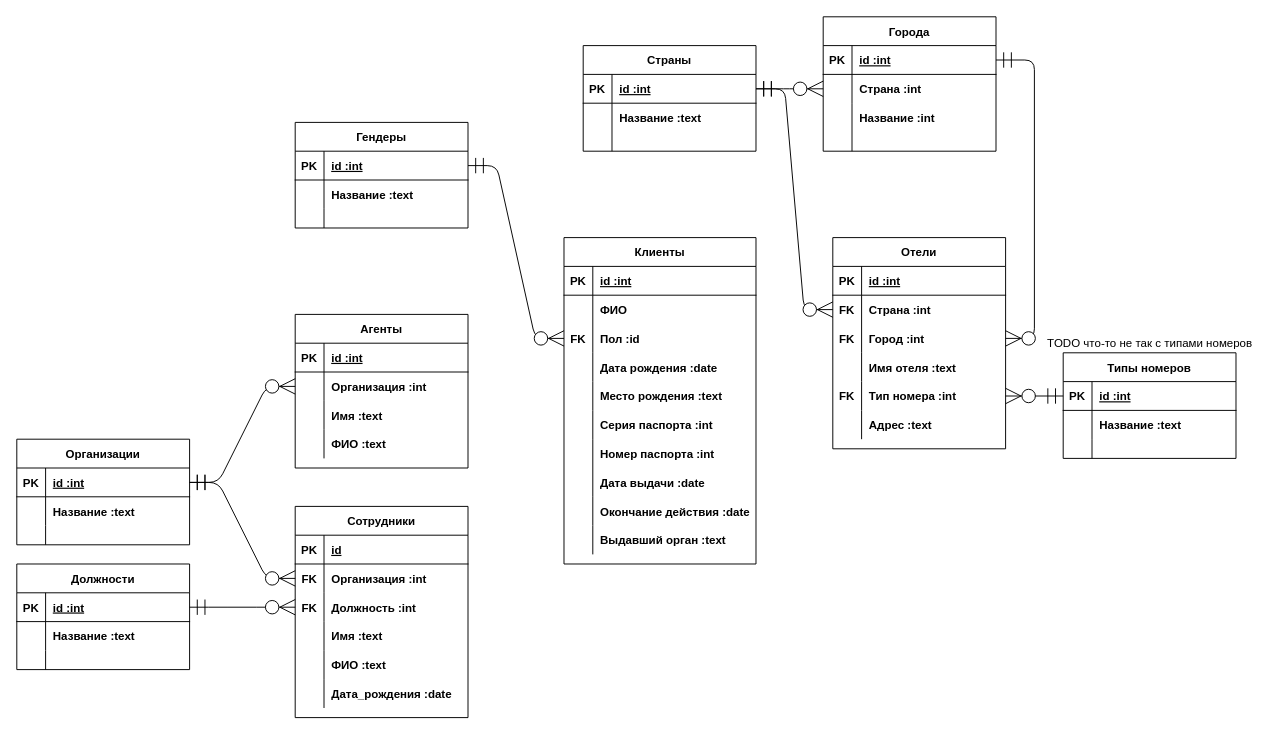
The draw.io diagram diagrams/Untitled Diagram.drawio in demicuz/diagrams, before the edit. Source tidied: cells renumbered, new cells numbered last; positions are measured from the earlier drawing's top-left corner, leaving out a move shared by most shapes. Both pictures are drawn from the tidied source at 96%, with x=0, y=0 at pixel (16, 16).
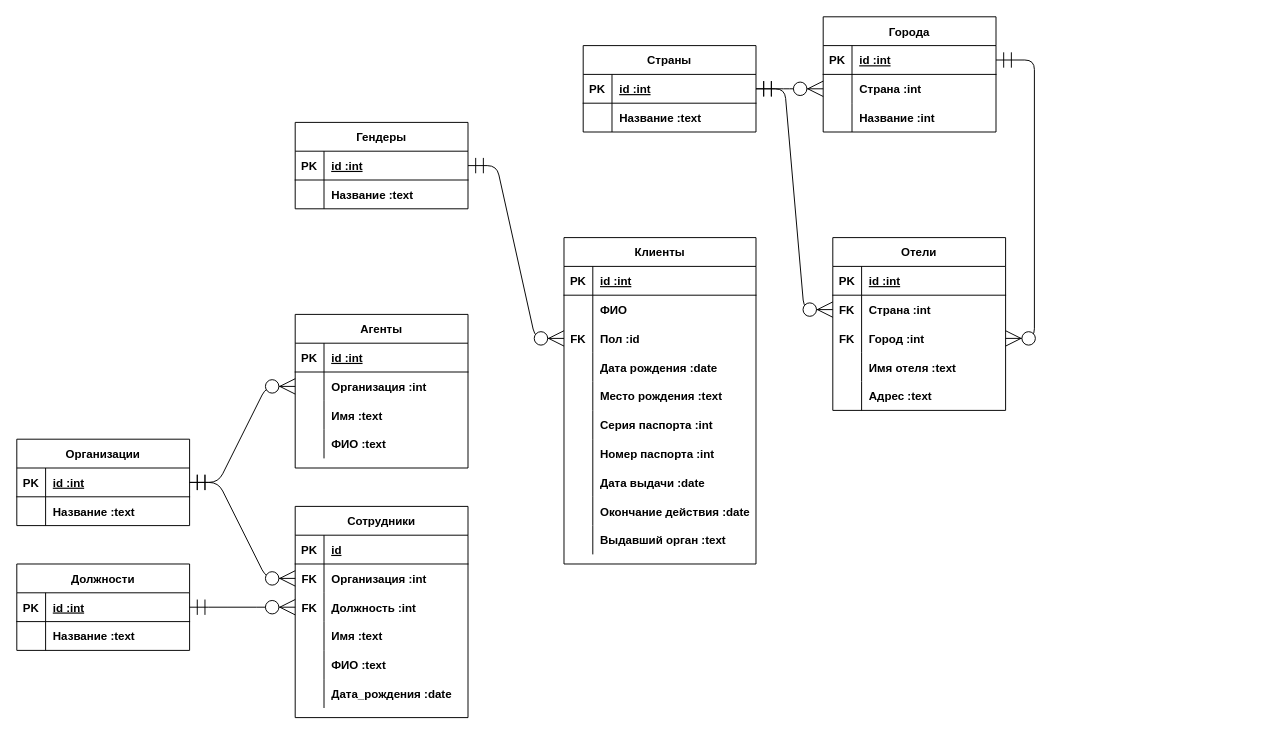
The same diagram, later.

The change refers to these unchanged cells:
```xml
<mxCell id="112" style="shape=partialRectangle;fillColor=none;top=0;left=0;bottom=0;right=0;points=[[0,0.5],[1,0.5]];portConstraint=eastwest;" parent="99" vertex="1">
  <mxGeometry y="150" width="180" height="30" as="geometry" />
</mxCell>
```

The edit, as a diff of the source:
```diff
@@
     <mxCell id="34" value="Должности" style="shape=table;startSize=30;childLayout=tableLayout;rowLines=0;fontStyle=1;align=center;hachureGap=4;" parent="1" vertex="1">
-      <mxGeometry y="570" width="180" height="110" as="geometry" />
+      <mxGeometry y="570" width="180" height="90" as="geometry" />
     </mxCell>
@@
     <mxCell id="41" style="shape=partialRectangle;fillColor=none;top=0;left=0;bottom=0;right=0;" parent="34" vertex="1">
-      <mxGeometry y="90" width="180" height="20" as="geometry" />
+      <mxGeometry y="90" width="180" as="geometry" />
     </mxCell>
     <mxCell id="42" style="shape=partialRectangle;fillColor=none;top=0;left=0;bottom=0;right=0;overflow=hidden;" parent="41" vertex="1">
-      <mxGeometry width="30" height="20" as="geometry" />
+      <mxGeometry width="30" as="geometry" />
     </mxCell>
     <mxCell id="43" style="shape=partialRectangle;fillColor=none;top=0;left=0;bottom=0;right=0;align=left;spacingLeft=6;overflow=hidden;" parent="41" vertex="1">
-      <mxGeometry x="30" width="150" height="20" as="geometry" />
+      <mxGeometry x="30" width="150" as="geometry" />
     </mxCell>
@@
     <mxCell id="45" value="Организации" style="shape=table;startSize=30;childLayout=tableLayout;rowLines=0;fontStyle=1;align=center;hachureGap=4;" parent="1" vertex="1">
-      <mxGeometry y="440" width="180" height="110" as="geometry" />
+      <mxGeometry y="440" width="180" height="90" as="geometry" />
     </mxCell>
@@
     <mxCell id="52" style="shape=partialRectangle;fillColor=none;top=0;left=0;bottom=0;right=0;" parent="45" vertex="1">
-      <mxGeometry y="90" width="180" height="20" as="geometry" />
+      <mxGeometry y="90" width="180" as="geometry" />
     </mxCell>
     <mxCell id="53" style="shape=partialRectangle;fillColor=none;top=0;left=0;bottom=0;right=0;overflow=hidden;" parent="52" vertex="1">
-      <mxGeometry width="30" height="20" as="geometry" />
+      <mxGeometry width="30" as="geometry" />
     </mxCell>
     <mxCell id="54" style="shape=partialRectangle;fillColor=none;top=0;left=0;bottom=0;right=0;align=left;spacingLeft=6;overflow=hidden;" parent="52" vertex="1">
-      <mxGeometry x="30" width="150" height="20" as="geometry" />
+      <mxGeometry x="30" width="150" as="geometry" />
     </mxCell>
@@
     <mxCell id="88" value="Гендеры" style="shape=table;startSize=30;childLayout=tableLayout;rowLines=0;fontStyle=1;align=center;hachureGap=4;" parent="1" vertex="1">
-      <mxGeometry x="290" y="110" width="180" height="110" as="geometry" />
+      <mxGeometry x="290" y="110" width="180" height="90" as="geometry" />
     </mxCell>
@@
     <mxCell id="95" style="shape=partialRectangle;fillColor=none;top=0;left=0;bottom=0;right=0;" parent="88" vertex="1">
-      <mxGeometry y="90" width="180" height="20" as="geometry" />
+      <mxGeometry y="90" width="180" as="geometry" />
     </mxCell>
     <mxCell id="96" style="shape=partialRectangle;fillColor=none;top=0;left=0;bottom=0;right=0;overflow=hidden;" parent="95" vertex="1">
-      <mxGeometry width="30" height="20" as="geometry" />
+      <mxGeometry width="30" as="geometry" />
     </mxCell>
     <mxCell id="97" style="shape=partialRectangle;fillColor=none;top=0;left=0;bottom=0;right=0;align=left;spacingLeft=6;overflow=hidden;" parent="95" vertex="1">
-      <mxGeometry x="30" width="150" height="20" as="geometry" />
+      <mxGeometry x="30" width="150" as="geometry" />
     </mxCell>
@@
     <mxCell id="99" value="Отели" style="shape=table;startSize=30;childLayout=tableLayout;rowLines=0;fontStyle=1;align=center;hachureGap=4;" parent="1" vertex="1">
-      <mxGeometry x="850" y="230" width="180" height="220" as="geometry" />
+      <mxGeometry x="850" y="230" width="180" height="180" as="geometry" />
     </mxCell>
@@
-    <mxCell id="113" value="FK" style="shape=partialRectangle;fillColor=none;top=0;left=0;bottom=0;right=0;overflow=hidden;fontStyle=1;" parent="112" vertex="1">
+    <mxCell id="113" style="shape=partialRectangle;fillColor=none;top=0;left=0;bottom=0;right=0;overflow=hidden;fontStyle=1;" parent="112" vertex="1">
       <mxGeometry width="30" height="30" as="geometry" />
     </mxCell>
-    <mxCell id="114" value="Тип номера :int" style="shape=partialRectangle;fillColor=none;top=0;left=0;bottom=0;right=0;align=left;spacingLeft=6;overflow=hidden;fontStyle=1;" parent="112" vertex="1">
+    <mxCell id="114" value="Адрес :text" style="shape=partialRectangle;fillColor=none;top=0;left=0;bottom=0;right=0;align=left;spacingLeft=6;overflow=hidden;fontStyle=1;" parent="112" vertex="1">
       <mxGeometry x="30" width="150" height="30" as="geometry" />
     </mxCell>
+    <mxCell id="156" style="shape=partialRectangle;fillColor=none;top=0;left=0;bottom=0;right=0;" parent="99" vertex="1">
+      <mxGeometry y="180" width="180" as="geometry" />
+    </mxCell>
+    <mxCell id="157" style="shape=partialRectangle;fillColor=none;top=0;left=0;bottom=0;right=0;overflow=hidden;" parent="156" vertex="1">
+      <mxGeometry width="30" as="geometry" />
+    </mxCell>
+    <mxCell id="158" style="shape=partialRectangle;fillColor=none;top=0;left=0;bottom=0;right=0;align=left;spacingLeft=6;overflow=hidden;fontStyle=1;" parent="156" vertex="1">
+      <mxGeometry x="30" width="150" as="geometry" />
+    </mxCell>
     <mxCell id="115" style="shape=partialRectangle;fillColor=none;top=0;left=0;bottom=0;right=0;" parent="99" vertex="1">
-      <mxGeometry y="180" width="180" height="30" as="geometry" />
+      <mxGeometry y="180" width="180" as="geometry" />
     </mxCell>
     <mxCell id="116" style="shape=partialRectangle;fillColor=none;top=0;left=0;bottom=0;right=0;overflow=hidden;" parent="115" vertex="1">
-      <mxGeometry width="30" height="30" as="geometry" />
+      <mxGeometry width="30" as="geometry" />
     </mxCell>
-    <mxCell id="117" value="Адрес :text" style="shape=partialRectangle;fillColor=none;top=0;left=0;bottom=0;right=0;align=left;spacingLeft=6;overflow=hidden;fontStyle=1;" parent="115" vertex="1">
-      <mxGeometry x="30" width="150" height="30" as="geometry" />
+    <mxCell id="117" style="shape=partialRectangle;fillColor=none;top=0;left=0;bottom=0;right=0;align=left;spacingLeft=6;overflow=hidden;fontStyle=1;" parent="115" vertex="1">
+      <mxGeometry x="30" width="150" as="geometry" />
     </mxCell>
     <mxCell id="118" value="Страны" style="shape=table;startSize=30;childLayout=tableLayout;rowLines=0;fontStyle=1;align=center;hachureGap=4;" parent="1" vertex="1">
-      <mxGeometry x="590" y="30" width="180" height="110" as="geometry" />
+      <mxGeometry x="590" y="30" width="180" height="90" as="geometry" />
     </mxCell>
@@
     <mxCell id="125" style="shape=partialRectangle;fillColor=none;top=0;left=0;bottom=0;right=0;" parent="118" vertex="1">
-      <mxGeometry y="90" width="180" height="20" as="geometry" />
+      <mxGeometry y="90" width="180" as="geometry" />
     </mxCell>
     <mxCell id="126" style="shape=partialRectangle;fillColor=none;top=0;left=0;bottom=0;right=0;overflow=hidden;" parent="125" vertex="1">
-      <mxGeometry width="30" height="20" as="geometry" />
+      <mxGeometry width="30" as="geometry" />
     </mxCell>
     <mxCell id="127" style="shape=partialRectangle;fillColor=none;top=0;left=0;bottom=0;right=0;align=left;spacingLeft=6;overflow=hidden;" parent="125" vertex="1">
-      <mxGeometry x="30" width="150" height="20" as="geometry" />
+      <mxGeometry x="30" width="150" as="geometry" />
     </mxCell>
     <mxCell id="128" value="Города" style="shape=table;startSize=30;childLayout=tableLayout;rowLines=0;fontStyle=1;align=center;hachureGap=4;" parent="1" vertex="1">
-      <mxGeometry x="840" width="180" height="140" as="geometry" />
+      <mxGeometry x="840" width="180" height="120" as="geometry" />
     </mxCell>
@@
     <mxCell id="138" style="shape=partialRectangle;fillColor=none;top=0;left=0;bottom=0;right=0;" parent="128" vertex="1">
-      <mxGeometry y="120" width="180" height="20" as="geometry" />
+      <mxGeometry y="120" width="180" as="geometry" />
     </mxCell>
     <mxCell id="139" style="shape=partialRectangle;fillColor=none;top=0;left=0;bottom=0;right=0;overflow=hidden;" parent="138" vertex="1">
-      <mxGeometry width="30" height="20" as="geometry" />
+      <mxGeometry width="30" as="geometry" />
     </mxCell>
     <mxCell id="140" style="shape=partialRectangle;fillColor=none;top=0;left=0;bottom=0;right=0;align=left;spacingLeft=6;overflow=hidden;" parent="138" vertex="1">
-      <mxGeometry x="30" width="150" height="20" as="geometry" />
+      <mxGeometry x="30" width="150" as="geometry" />
     </mxCell>
@@
-    <mxCell id="144" value="Типы номеров" style="shape=table;startSize=30;childLayout=tableLayout;rowLines=0;fontStyle=1;align=center;hachureGap=4;" parent="1" vertex="1">
-      <mxGeometry x="1090" y="350" width="180" height="110" as="geometry" />
-    </mxCell>
-    <mxCell id="145" style="shape=partialRectangle;fillColor=none;top=0;left=0;bottom=1;right=0;points=[[0,0.5],[1,0.5]];portConstraint=eastwest;" parent="144" vertex="1">
-      <mxGeometry y="30" width="180" height="30" as="geometry" />
-    </mxCell>
-    <mxCell id="146" value="PK" style="shape=partialRectangle;fillColor=none;top=0;left=0;bottom=0;right=0;fontStyle=1;overflow=hidden;" parent="145" vertex="1">
-      <mxGeometry width="30" height="30" as="geometry" />
-    </mxCell>
-    <mxCell id="147" value="id :int" style="shape=partialRectangle;fillColor=none;top=0;left=0;bottom=0;right=0;align=left;spacingLeft=6;fontStyle=5;overflow=hidden;" parent="145" vertex="1">
-      <mxGeometry x="30" width="150" height="30" as="geometry" />
-    </mxCell>
-    <mxCell id="148" style="shape=partialRectangle;fillColor=none;top=0;left=0;bottom=0;right=0;" parent="144" vertex="1">
-      <mxGeometry y="60" width="180" height="30" as="geometry" />
-    </mxCell>
-    <mxCell id="149" style="shape=partialRectangle;fillColor=none;top=0;left=0;bottom=0;right=0;overflow=hidden;" parent="148" vertex="1">
-      <mxGeometry width="30" height="30" as="geometry" />
-    </mxCell>
-    <mxCell id="150" value="Название :text" style="shape=partialRectangle;fillColor=none;top=0;left=0;bottom=0;right=0;align=left;spacingLeft=6;overflow=hidden;fontStyle=1;" parent="148" vertex="1">
-      <mxGeometry x="30" width="150" height="30" as="geometry" />
-    </mxCell>
-    <mxCell id="151" style="shape=partialRectangle;fillColor=none;top=0;left=0;bottom=0;right=0;" parent="144" vertex="1">
-      <mxGeometry y="90" width="180" height="20" as="geometry" />
-    </mxCell>
-    <mxCell id="152" style="shape=partialRectangle;fillColor=none;top=0;left=0;bottom=0;right=0;overflow=hidden;" parent="151" vertex="1">
-      <mxGeometry width="30" height="20" as="geometry" />
-    </mxCell>
-    <mxCell id="153" style="shape=partialRectangle;fillColor=none;top=0;left=0;bottom=0;right=0;align=left;spacingLeft=6;overflow=hidden;" parent="151" vertex="1">
-      <mxGeometry x="30" width="150" height="20" as="geometry" />
-    </mxCell>
-    <mxCell id="154" style="edgeStyle=entityRelationEdgeStyle;fontSize=12;html=1;endArrow=ERzeroToMany;startArrow=ERmandOne;startSize=14;endSize=14;sourcePerimeterSpacing=0;targetPerimeterSpacing=0;strokeColor=default;" parent="1" edge="1" source="145" target="112">
-      <mxGeometry relative="1" as="geometry" />
-    </mxCell>
-    <mxCell id="155" value="&lt;div&gt;TODO что-то не так с типами номеров&lt;/div&gt;" style="text;html=1;align=center;verticalAlign=middle;strokeColor=none;fillColor=none;" parent="1" vertex="1">
-      <mxGeometry x="1065" y="330" width="230" height="20" as="geometry" />
-    </mxCell>
```
